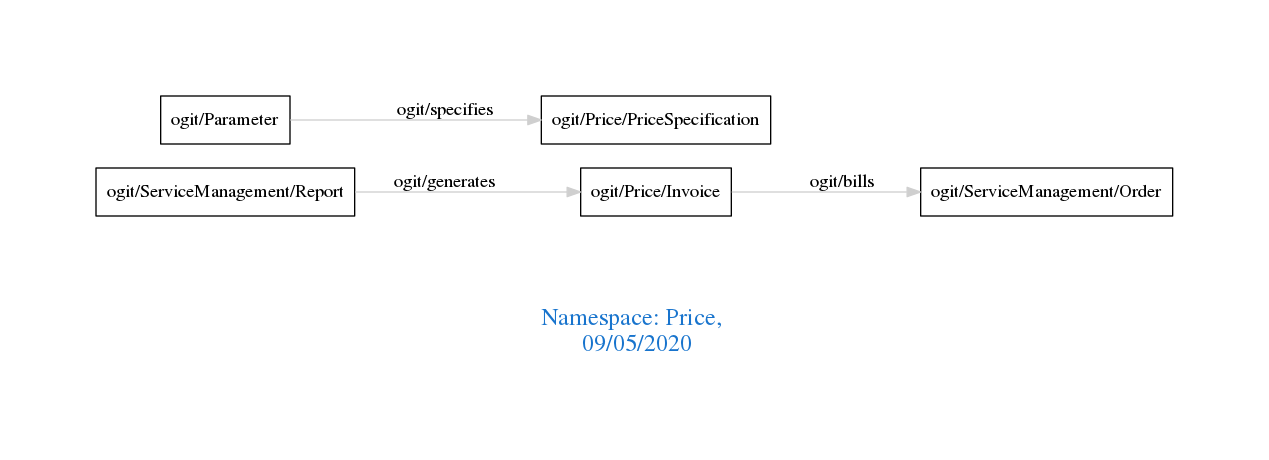
Above: downloads/Price.png in arago/OGIT (Graphviz), before the change. Its source is kept beside it as downloads/Price.dot.
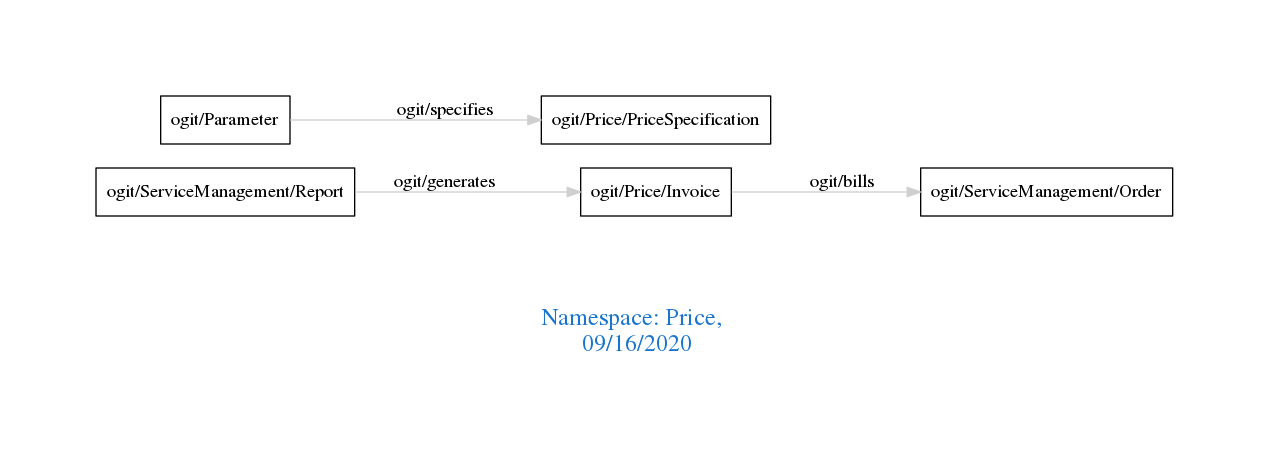
After the commit.

The edit, as a diff of the source:
```diff
@@ -1,7 +1,7 @@
 digraph OGIT_ontology {
  graph [ rankdir= LR,pad=1
 fontsize = 18,
-fontcolor= dodgerblue3,label = "\n\n\nNamespace: Price, \n 09/05/2020"];
+fontcolor= dodgerblue3,label = "\n\n\nNamespace: Price, \n 09/16/2020"];
 node[shape=polygon];
 edge [  color="gray81"];
 
```
